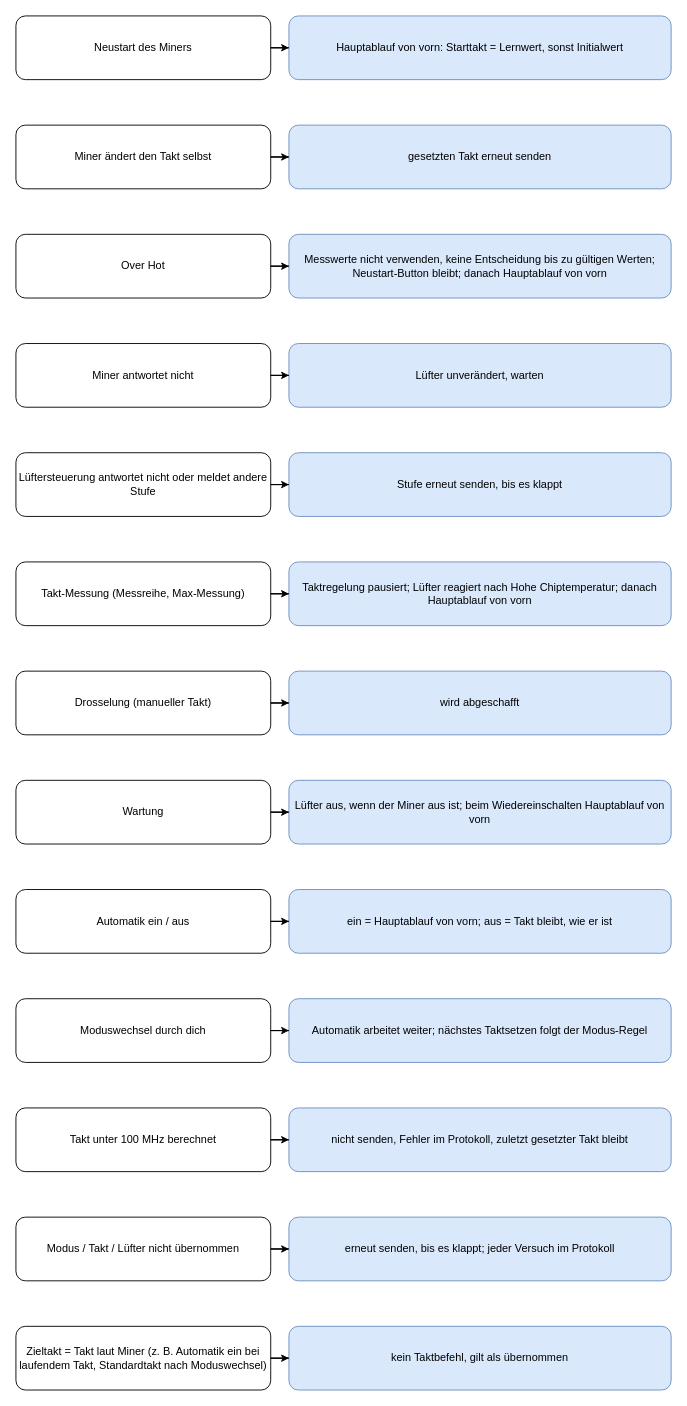
This is page "8 Situationen und Fehler" (8 of 8) of docs/claude/Regelungslogik-Luefter-Takt.drawio from lieferbaer/miner-sentinel, a draw.io file, before an edit. Source tidied: cells renumbered, new cells numbered last; positions are measured from the earlier drawing's top-left corner, leaving out a move shared by most shapes. Both pictures are drawn from the tidied source at 91%, with x=0, y=0 at pixel (15, 15).
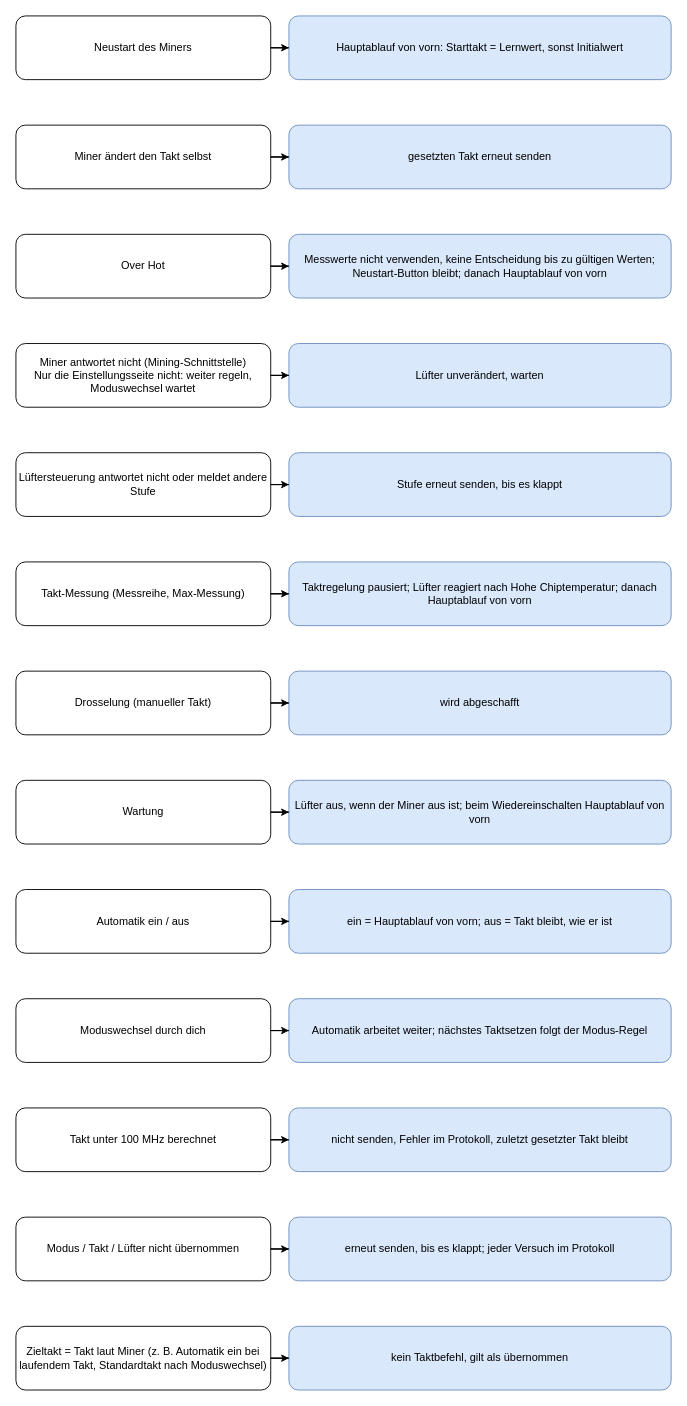
The same diagram, later.

Commit message (it also covers changes not shown here):
v2.1.2: Einstellungsseite der A15 – Regelung läuft weiter

The edit, as a diff of the source:
```diff
@@
-    <mxCell id="8" value="Miner antwortet nicht" style="rounded=1;whiteSpace=wrap;html=1;" parent="1" vertex="1">
+    <mxCell id="8" value="Miner antwortet nicht (Mining-Schnittstelle)&lt;br&gt;Nur die Einstellungsseite nicht: weiter regeln, Moduswechsel wartet" style="rounded=1;whiteSpace=wrap;html=1;" parent="1" vertex="1">
       <mxGeometry y="360" width="280" height="70" as="geometry" />
     </mxCell>
```
